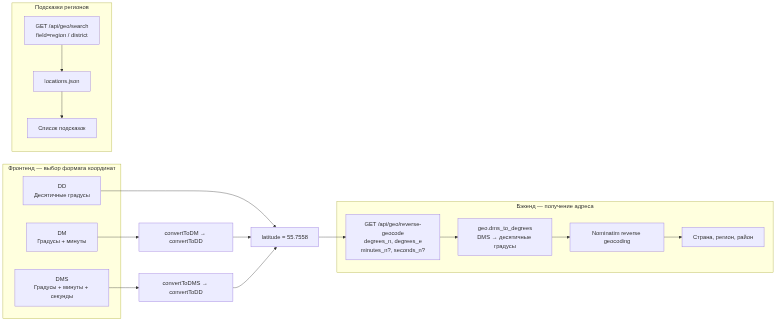
Before: docs/diagrams/geocoding.png, a diagram exported from Mermaid (Faunistica/Faunistica_4.0). Its source is kept beside it as docs/diagrams/geocoding.mmd.
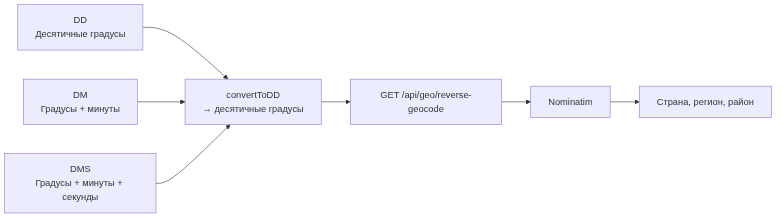
The same file after the commit.

Commit message:
simplify diagrams

What changed in the source:
```diff
@@ -1,30 +1,12 @@
 flowchart LR
-    subgraph Frontend[Фронтенд — выбор формата координат]
-        DD[DD<br/>Десятичные градусы]
-        DM[DM<br/>Градусы + минуты]
-        DMS[DMS<br/>Градусы + минуты + секунды]
-    end
+    DD[DD<br/>Десятичные градусы]
+    DM[DM<br/>Градусы + минуты]
+    DMS[DMS<br/>Градусы + минуты + секунды]
 
-    DD --> DDval[latitude = 55.7558]
-    DM --> Conv1[convertToDM → convertToDD]
-    DMS --> Conv2[convertToDMS → convertToDD]
-    Conv1 --> DDval
-    Conv2 --> DDval
+    DD --> Conv[convertToDD<br/>→ десятичные градусы]
+    DM --> Conv
+    DMS --> Conv
 
-    subgraph Backend[Бэкенд — получение адреса]
-        Req[GET /api/geo/reverse-geocode<br/>degrees_n, degrees_e<br/>minutes_n?, seconds_n?]
-        DMS2[geo.dms_to_degrees<br/>DMS → десятичные градусы]
-        Nom[Nominatim reverse geocoding]
-        Addr[Страна, регион, район]
-    end
-
-    DDval --> Req
-    Req --> DMS2 --> Nom --> Addr
-
-    subgraph Search[Подсказки регионов]
-        GeoSearch[GET /api/geo/search<br/>field=region / district]
-        JSON[locations.json]
-        Res[Список подсказок]
-    end
-
-    GeoSearch --> JSON --> Res
+    Conv --> Geo[GET /api/geo/reverse-geocode]
+    Geo --> Nom[Nominatim]
+    Nom --> Loc[Страна, регион, район]
```
